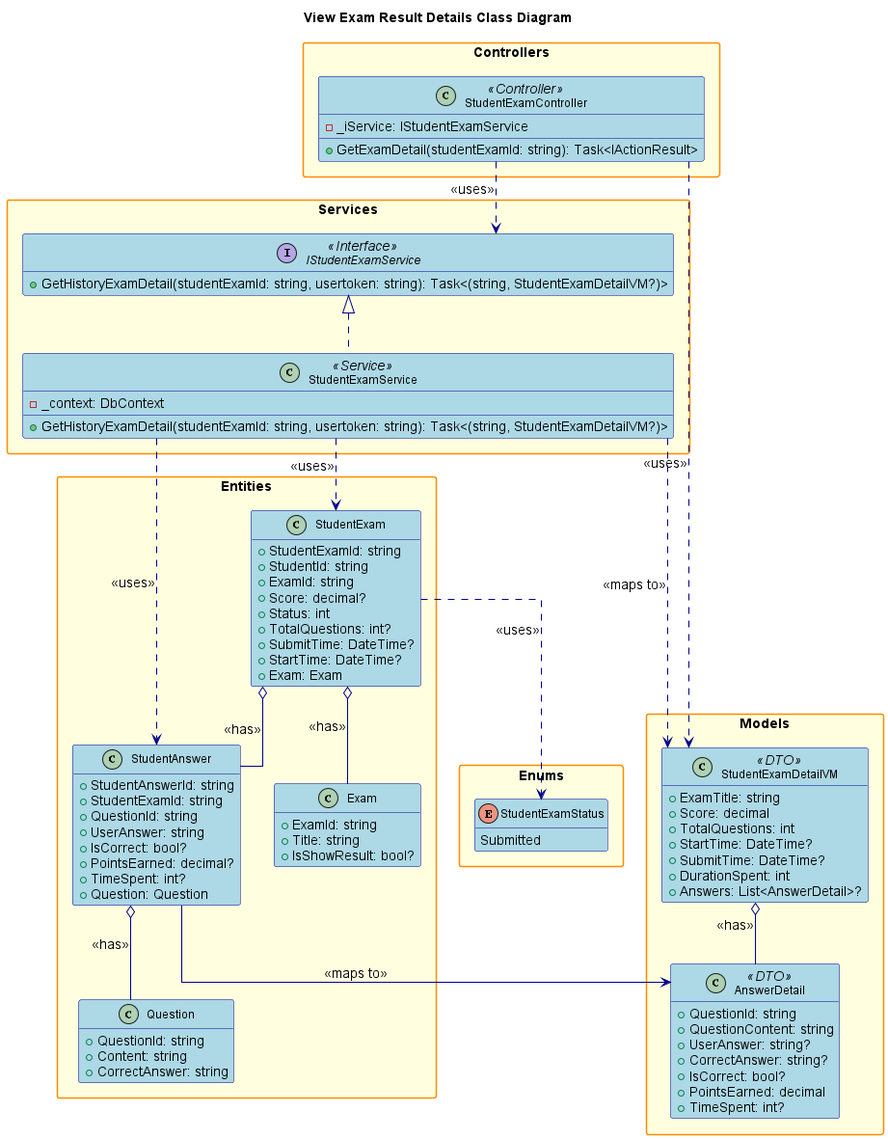
The PlantUML diagram design/out/viewexamresultdetails/viewexamresultdetails.png in conghoan1211/AI-Kiosk-Testing-system, before a commit.
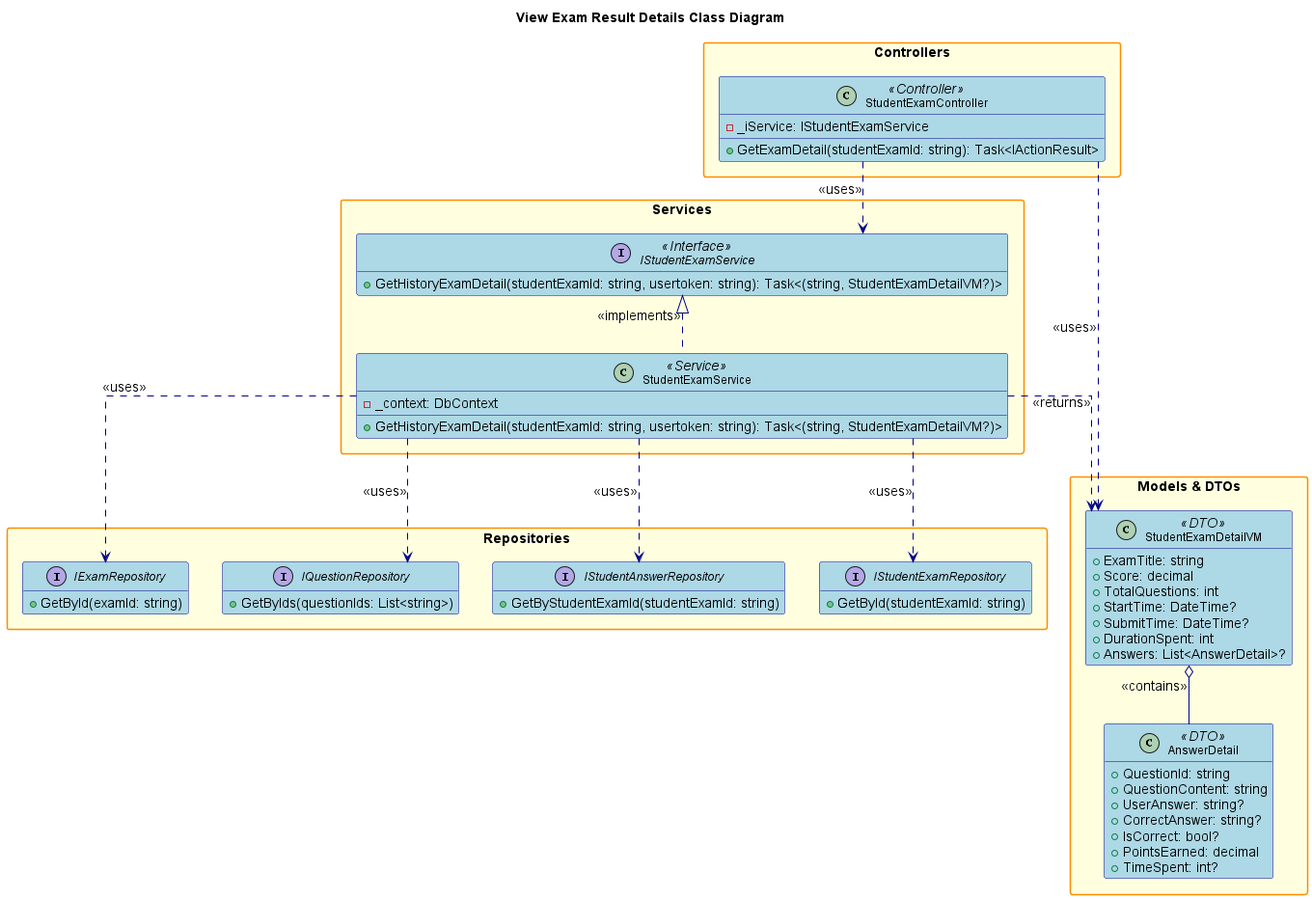
The same file after the commit.

Change to the diagram source:
```diff
@@ -1,6 +1,4 @@
 @startuml
-
-title View Exam Result Details Class Diagram
 
 hide empty members
 skinparam packageStyle rectangle
@@ -25,18 +23,13 @@
     FontSize 14
     FontStyle bold
 }
-
 skinparam interface {
     BackgroundColor LightGreen
     BorderColor DarkGreen
     FontSize 12
 }
 
-skinparam enum {
-    BackgroundColor LightCyan
-    BorderColor DarkCyan
-    FontSize 12
-}
+title View Exam Result Details Class Diagram
 
 package "Controllers" {
     class StudentExamController <<Controller>> {
@@ -55,7 +48,22 @@
     }
 }
 
-package "Models" {
+package "Repositories" {
+    interface IStudentExamRepository {
+        + GetById(studentExamId: string)
+    }
+    interface IStudentAnswerRepository {
+        + GetByStudentExamId(studentExamId: string)
+    }
+    interface IQuestionRepository {
+        + GetByIds(questionIds: List<string>)
+    }
+    interface IExamRepository {
+        + GetById(examId: string)
+    }
+}
+
+package "Models & DTOs" {
     class StudentExamDetailVM <<DTO>> {
         + ExamTitle: string
         + Score: decimal
@@ -76,57 +84,14 @@
     }
 }
 
-package "Entities" {
-    class StudentExam {
-        + StudentExamId: string
-        + StudentId: string
-        + ExamId: string
-        + Score: decimal?
-        + Status: int
-        + TotalQuestions: int?
-        + SubmitTime: DateTime?
-        + StartTime: DateTime?
-        + Exam: Exam
-    }
-    class Exam {
-        + ExamId: string
-        + Title: string
-        + IsShowResult: bool?
-    }
-    class StudentAnswer {
-        + StudentAnswerId: string
-        + StudentExamId: string
-        + QuestionId: string
-        + UserAnswer: string
-        + IsCorrect: bool?
-        + PointsEarned: decimal?
-        + TimeSpent: int?
-        + Question: Question
-    }
-    class Question {
-        + QuestionId: string
-        + Content: string
-        + CorrectAnswer: string
-    }
-}
-
-package "Enums" {
-    enum StudentExamStatus {
-        Submitted
-    }
-}
-
 StudentExamController ..> IStudentExamService : <<uses>>
-IStudentExamService <|.. StudentExamService
 StudentExamController ..> StudentExamDetailVM : <<uses>>
-StudentExamService ..> StudentExam : <<uses>>
-StudentExamService ..> StudentAnswer : <<uses>>
-StudentExamService ..> StudentExamDetailVM : <<maps to>>
-StudentExam o-- Exam : <<has>>
-StudentExam o-- StudentAnswer : <<has>>
-StudentExam ..> StudentExamStatus : <<uses>>
-StudentAnswer o-- Question : <<has>>
-StudentAnswer --> AnswerDetail : <<maps to>>
-StudentExamDetailVM o-- AnswerDetail : <<has>>
+IStudentExamService <|.. StudentExamService : <<implements>>
+StudentExamService ..> IStudentExamRepository : <<uses>>
+StudentExamService ..> IStudentAnswerRepository : <<uses>>
+StudentExamService ..> IQuestionRepository : <<uses>>
+StudentExamService ..> IExamRepository : <<uses>>
+StudentExamService ..> StudentExamDetailVM : <<returns>>
+StudentExamDetailVM o-- AnswerDetail : <<contains>>
 
 @enduml
```
